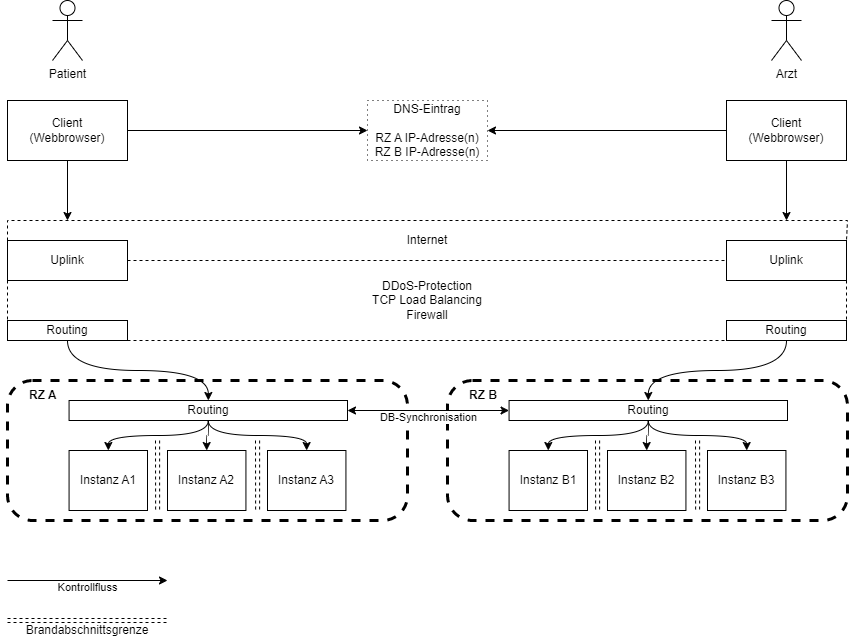
This is Dokumente/Operationales Modell/Konzeptionelle Schicht.png from DavidFambach/Abgabe-ASE-Patientenakte, a draw.io export, as it was before one commit. Source tidied: cells renumbered, new cells last; positions are measured from the earlier drawing's top-left corner, leaving out a move shared by most shapes.
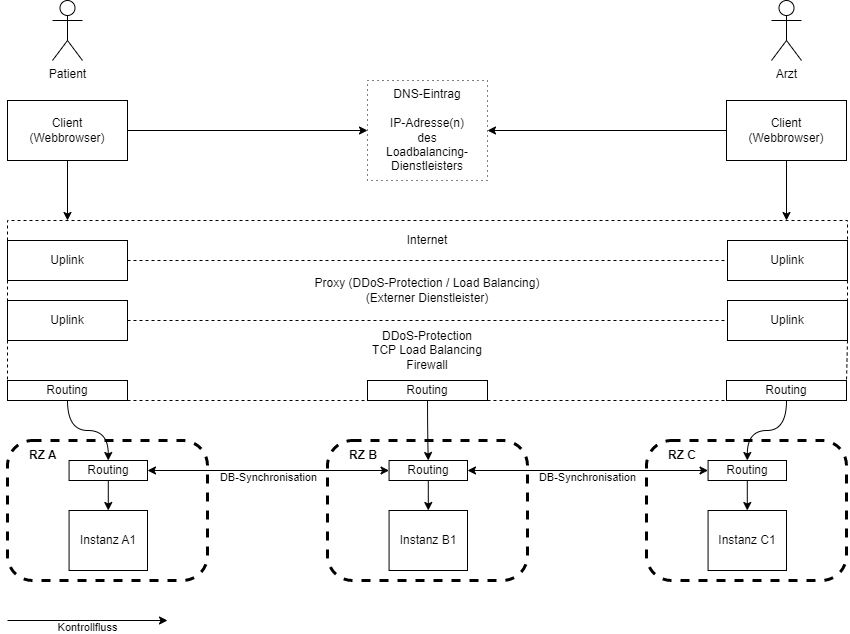
The same file after the commit.

Diff of the diagram source:
```diff
@@ -13,8 +13,8 @@
     </mxCell>
     <mxCell id="5" value="Kontrollfluss" style="endArrow=classic;html=1;rounded=0;labelBackgroundColor=none;spacing=0;spacingTop=14;" parent="1" edge="1">
       <mxGeometry relative="1" as="geometry">
-        <mxPoint y="580" as="sourcePoint" />
-        <mxPoint x="160" y="580" as="targetPoint" />
+        <mxPoint y="620" as="sourcePoint" />
+        <mxPoint x="160" y="620" as="targetPoint" />
       </mxGeometry>
     </mxCell>
     <mxCell id="6" value="Client&lt;br&gt;(Webbrowser)" style="rounded=0;whiteSpace=wrap;html=1;" parent="1" vertex="1">
@@ -32,61 +32,49 @@
       <mxGeometry y="240" width="120" height="40" as="geometry" />
     </mxCell>
     <mxCell id="9" value="Uplink" style="rounded=0;whiteSpace=wrap;html=1;" parent="1" vertex="1">
-      <mxGeometry x="719" y="240" width="120" height="40" as="geometry" />
+      <mxGeometry x="720" y="240" width="120" height="40" as="geometry" />
     </mxCell>
     <mxCell id="10" value="Routing" style="rounded=0;whiteSpace=wrap;html=1;" parent="1" vertex="1">
-      <mxGeometry y="320" width="120" height="20" as="geometry" />
+      <mxGeometry y="380" width="120" height="20" as="geometry" />
     </mxCell>
     <mxCell id="11" value="Routing" style="rounded=0;whiteSpace=wrap;html=1;" parent="1" vertex="1">
-      <mxGeometry x="719" y="320" width="120" height="20" as="geometry" />
+      <mxGeometry x="719" y="380" width="120" height="20" as="geometry" />
     </mxCell>
     <mxCell id="12" style="endArrow=none;dashed=1;html=1;rounded=0;exitX=1;exitY=0.5;exitDx=0;exitDy=0;entryX=0;entryY=0.5;entryDx=0;entryDy=0;" parent="1" edge="1" source="8" target="9">
       <mxGeometry relative="1" as="geometry" />
     </mxCell>
-    <mxCell id="13" style="endArrow=none;dashed=1;html=1;rounded=0;exitX=1;exitY=1;exitDx=0;exitDy=0;entryX=0;entryY=1;entryDx=0;entryDy=0;" parent="1" edge="1" source="10" target="11">
+    <mxCell id="13" style="endArrow=none;dashed=1;html=1;rounded=0;exitX=1;exitY=1;exitDx=0;exitDy=0;entryX=0;entryY=1;entryDx=0;entryDy=0;" parent="1" edge="1" source="10" target="66">
       <mxGeometry relative="1" as="geometry" />
     </mxCell>
-    <mxCell id="14" style="endArrow=none;dashed=1;html=1;rounded=0;exitX=0;exitY=1;exitDx=0;exitDy=0;entryX=0;entryY=0;entryDx=0;entryDy=0;" parent="1" edge="1" source="8" target="10">
+    <mxCell id="14" style="endArrow=none;dashed=1;html=1;rounded=0;exitX=0;exitY=1;exitDx=0;exitDy=0;entryX=0;entryY=0;entryDx=0;entryDy=0;" parent="1" edge="1" source="8" target="69">
       <mxGeometry relative="1" as="geometry" />
     </mxCell>
-    <mxCell id="15" style="endArrow=none;dashed=1;html=1;rounded=0;exitX=1;exitY=1;exitDx=0;exitDy=0;entryX=1;entryY=0;entryDx=0;entryDy=0;" parent="1" edge="1" source="9" target="11">
+    <mxCell id="15" style="endArrow=none;dashed=1;html=1;rounded=0;exitX=1;exitY=1;exitDx=0;exitDy=0;entryX=1;entryY=0;entryDx=0;entryDy=0;" parent="1" edge="1" source="9" target="70">
       <mxGeometry relative="1" as="geometry" />
     </mxCell>
     <mxCell id="16" value="Internet" style="text;html=1;strokeColor=none;fillColor=none;align=center;verticalAlign=middle;whiteSpace=wrap;rounded=0;" parent="1" vertex="1">
       <mxGeometry x="120" y="220" width="600" height="40" as="geometry" />
     </mxCell>
     <mxCell id="17" value="DDoS-Protection&lt;br&gt;TCP Load Balancing&lt;br&gt;Firewall" style="text;html=1;strokeColor=none;fillColor=none;align=center;verticalAlign=middle;whiteSpace=wrap;rounded=0;" parent="1" vertex="1">
-      <mxGeometry x="120" y="260" width="600" height="80" as="geometry" />
+      <mxGeometry x="120" y="320" width="600" height="60" as="geometry" />
     </mxCell>
     <mxCell id="18" style="rounded=1;whiteSpace=wrap;html=1;dashed=1;strokeWidth=3;perimeterSpacing=0;fixDash=0;comic=0;perimeter=none;arcSize=50;absoluteArcSize=1;" parent="1" vertex="1">
-      <mxGeometry y="380" width="400" height="140" as="geometry" />
+      <mxGeometry y="440" width="200" height="140" as="geometry" />
     </mxCell>
     <mxCell id="19" value="RZ A" style="text;html=1;strokeColor=none;fillColor=none;align=left;verticalAlign=middle;whiteSpace=wrap;rounded=0;dashed=1;dashPattern=1 4;comic=0;strokeWidth=1;fontStyle=1;" parent="18" vertex="1">
       <mxGeometry x="20.4" width="102" height="30" as="geometry" />
     </mxCell>
     <mxCell id="20" value="Routing" style="rounded=0;whiteSpace=wrap;html=1;" parent="18" vertex="1">
-      <mxGeometry x="61.6" y="20" width="278.4" height="20" as="geometry" />
+      <mxGeometry x="61.6" y="20" width="78.4" height="20" as="geometry" />
     </mxCell>
     <mxCell id="21" value="Instanz A1" style="rounded=0;whiteSpace=wrap;html=1;comic=0;strokeWidth=1;" parent="18" vertex="1">
       <mxGeometry x="61.6" y="70" width="78.4" height="60" as="geometry" />
     </mxCell>
-    <mxCell id="22" value="Instanz A2" style="rounded=0;whiteSpace=wrap;html=1;comic=0;strokeWidth=1;" parent="18" vertex="1">
-      <mxGeometry x="160" y="70" width="78.4" height="60" as="geometry" />
-    </mxCell>
-    <mxCell id="23" value="Instanz A3" style="rounded=0;whiteSpace=wrap;html=1;comic=0;strokeWidth=1;" parent="18" vertex="1">
-      <mxGeometry x="260" y="70" width="78.4" height="60" as="geometry" />
-    </mxCell>
     <mxCell id="24" style="endArrow=classic;html=1;rounded=0;labelBackgroundColor=none;comic=0;jumpStyle=none;exitX=0.5;exitY=1;exitDx=0;exitDy=0;edgeStyle=orthogonalEdgeStyle;curved=1;" parent="18" edge="1" source="20" target="21">
       <mxGeometry relative="1" as="geometry" />
     </mxCell>
-    <mxCell id="25" style="endArrow=classic;html=1;rounded=0;labelBackgroundColor=none;comic=0;jumpStyle=none;exitX=0.5;exitY=1;exitDx=0;exitDy=0;edgeStyle=orthogonalEdgeStyle;entryX=0.5;entryY=0;entryDx=0;entryDy=0;curved=1;" parent="18" edge="1" source="20" target="22">
-      <mxGeometry relative="1" as="geometry" />
-    </mxCell>
-    <mxCell id="26" style="endArrow=classic;html=1;rounded=0;labelBackgroundColor=none;comic=0;jumpStyle=none;exitX=0.5;exitY=1;exitDx=0;exitDy=0;edgeStyle=orthogonalEdgeStyle;curved=1;" parent="18" edge="1" source="20" target="23">
-      <mxGeometry relative="1" as="geometry" />
-    </mxCell>
-    <mxCell id="27" value="DNS-Eintrag&lt;br&gt;&lt;br&gt;RZ A IP-Adresse(n)&lt;br&gt;RZ B IP-Adresse(n)" style="rounded=0;whiteSpace=wrap;html=1;comic=0;strokeWidth=1;dashed=1;dashPattern=1 4;" parent="1" vertex="1">
-      <mxGeometry x="360" y="100" width="120" height="60" as="geometry" />
+    <mxCell id="27" value="DNS-Eintrag&lt;br&gt;&lt;br&gt;IP-Adresse(n)&lt;br&gt;des&lt;br&gt;Loadbalancing-&lt;br&gt;Dienstleisters" style="rounded=0;whiteSpace=wrap;html=1;comic=0;strokeWidth=1;dashed=1;dashPattern=1 4;" parent="1" vertex="1">
+      <mxGeometry x="360" y="80" width="120" height="100" as="geometry" />
     </mxCell>
     <mxCell id="28" style="endArrow=classic;html=1;rounded=0;" parent="1" edge="1" source="4" target="27">
       <mxGeometry relative="1" as="geometry" />
@@ -104,116 +92,74 @@
         <mxPoint x="779" y="220" as="targetPoint" />
       </mxGeometry>
     </mxCell>
-    <mxCell id="32" value="Brandabschnittsgrenze" style="group;spacing=0;labelBackgroundColor=none;spacingBottom=0;" parent="1" vertex="1">
-      <mxGeometry y="618" width="160" height="4" as="geometry" />
-    </mxCell>
-    <mxCell id="33" style="endArrow=none;html=1;rounded=0;jumpStyle=none;dashed=1;comic=0;" parent="32" edge="1">
-      <mxGeometry relative="1" as="geometry">
-        <mxPoint as="sourcePoint" />
-        <mxPoint x="160" as="targetPoint" />
-      </mxGeometry>
-    </mxCell>
-    <mxCell id="34" style="endArrow=none;html=1;rounded=0;jumpStyle=none;dashed=1;comic=0;" parent="32" edge="1">
-      <mxGeometry relative="1" as="geometry">
-        <mxPoint y="4" as="sourcePoint" />
-        <mxPoint x="160" y="4" as="targetPoint" />
-      </mxGeometry>
-    </mxCell>
-    <mxCell id="35" style="group;" parent="1" vertex="1">
-      <mxGeometry x="148" y="440" width="4.1" height="70" as="geometry" />
-    </mxCell>
-    <mxCell id="36" style="endArrow=none;html=1;rounded=0;jumpStyle=none;dashed=1;comic=0;" parent="35" edge="1">
-      <mxGeometry relative="1" as="geometry">
-        <mxPoint x="4.1" as="sourcePoint" />
-        <mxPoint x="4.1" y="70" as="targetPoint" />
-      </mxGeometry>
-    </mxCell>
-    <mxCell id="37" style="endArrow=none;html=1;rounded=0;jumpStyle=none;dashed=1;comic=0;" parent="35" edge="1">
-      <mxGeometry relative="1" as="geometry">
-        <mxPoint as="sourcePoint" />
-        <mxPoint x="0.1" y="70" as="targetPoint" />
-      </mxGeometry>
-    </mxCell>
-    <mxCell id="38" style="group;" parent="1" vertex="1">
-      <mxGeometry x="248" y="440" width="4.1" height="70" as="geometry" />
-    </mxCell>
-    <mxCell id="39" style="endArrow=none;html=1;rounded=0;jumpStyle=none;dashed=1;comic=0;" parent="38" edge="1">
-      <mxGeometry relative="1" as="geometry">
-        <mxPoint x="4.1" as="sourcePoint" />
-        <mxPoint x="4.1" y="70" as="targetPoint" />
-      </mxGeometry>
-    </mxCell>
-    <mxCell id="40" style="endArrow=none;html=1;rounded=0;jumpStyle=none;dashed=1;comic=0;" parent="38" edge="1">
-      <mxGeometry relative="1" as="geometry">
-        <mxPoint as="sourcePoint" />
-        <mxPoint x="0.1" y="70" as="targetPoint" />
-      </mxGeometry>
-    </mxCell>
     <mxCell id="41" style="rounded=1;whiteSpace=wrap;html=1;dashed=1;strokeWidth=3;perimeterSpacing=0;fixDash=0;comic=0;perimeter=none;arcSize=50;absoluteArcSize=1;" parent="1" vertex="1">
-      <mxGeometry x="440" y="380" width="400" height="140" as="geometry" />
+      <mxGeometry x="320" y="440" width="200" height="140" as="geometry" />
     </mxCell>
     <mxCell id="42" value="RZ B" style="text;html=1;strokeColor=none;fillColor=none;align=left;verticalAlign=middle;whiteSpace=wrap;rounded=0;dashed=1;dashPattern=1 4;comic=0;strokeWidth=1;fontStyle=1;" parent="41" vertex="1">
       <mxGeometry x="20.4" width="102" height="30" as="geometry" />
     </mxCell>
     <mxCell id="43" value="Routing" style="rounded=0;whiteSpace=wrap;html=1;" parent="41" vertex="1">
-      <mxGeometry x="61.6" y="20" width="278.4" height="20" as="geometry" />
+      <mxGeometry x="61.6" y="20" width="78.4" height="20" as="geometry" />
     </mxCell>
     <mxCell id="44" value="Instanz B1" style="rounded=0;whiteSpace=wrap;html=1;comic=0;strokeWidth=1;" parent="41" vertex="1">
       <mxGeometry x="61.6" y="70" width="78.4" height="60" as="geometry" />
     </mxCell>
-    <mxCell id="45" value="Instanz B2" style="rounded=0;whiteSpace=wrap;html=1;comic=0;strokeWidth=1;" parent="41" vertex="1">
-      <mxGeometry x="160" y="70" width="78.4" height="60" as="geometry" />
-    </mxCell>
-    <mxCell id="46" value="Instanz B3" style="rounded=0;whiteSpace=wrap;html=1;comic=0;strokeWidth=1;" parent="41" vertex="1">
-      <mxGeometry x="260" y="70" width="78.4" height="60" as="geometry" />
-    </mxCell>
     <mxCell id="47" style="endArrow=classic;html=1;rounded=0;labelBackgroundColor=none;comic=0;jumpStyle=none;exitX=0.5;exitY=1;exitDx=0;exitDy=0;entryX=0.5;entryY=0;entryDx=0;entryDy=0;edgeStyle=orthogonalEdgeStyle;curved=1;" parent="41" edge="1" source="43" target="44">
       <mxGeometry relative="1" as="geometry" />
     </mxCell>
-    <mxCell id="48" style="endArrow=classic;html=1;rounded=0;labelBackgroundColor=none;comic=0;jumpStyle=none;exitX=0.5;exitY=1;exitDx=0;exitDy=0;entryX=0.5;entryY=0;entryDx=0;entryDy=0;edgeStyle=orthogonalEdgeStyle;curved=1;" parent="41" edge="1" source="43" target="45">
-      <mxGeometry relative="1" as="geometry" />
-    </mxCell>
-    <mxCell id="49" style="endArrow=classic;html=1;rounded=0;labelBackgroundColor=none;comic=0;jumpStyle=none;exitX=0.5;exitY=1;exitDx=0;exitDy=0;entryX=0.5;entryY=0;entryDx=0;entryDy=0;edgeStyle=orthogonalEdgeStyle;curved=1;" parent="41" edge="1" source="43" target="46">
-      <mxGeometry relative="1" as="geometry" />
-    </mxCell>
-    <mxCell id="50" style="group;" parent="1" vertex="1">
-      <mxGeometry x="588" y="440" width="4.1" height="70" as="geometry" />
-    </mxCell>
-    <mxCell id="51" style="endArrow=none;html=1;rounded=0;jumpStyle=none;dashed=1;comic=0;" parent="50" edge="1">
-      <mxGeometry relative="1" as="geometry">
-        <mxPoint x="4.1" as="sourcePoint" />
-        <mxPoint x="4.1" y="70" as="targetPoint" />
-      </mxGeometry>
-    </mxCell>
-    <mxCell id="52" style="endArrow=none;html=1;rounded=0;jumpStyle=none;dashed=1;comic=0;" parent="50" edge="1">
-      <mxGeometry relative="1" as="geometry">
-        <mxPoint as="sourcePoint" />
-        <mxPoint x="0.1" y="70" as="targetPoint" />
-      </mxGeometry>
-    </mxCell>
-    <mxCell id="53" style="group;" parent="1" vertex="1">
-      <mxGeometry x="688" y="440" width="4.1" height="70" as="geometry" />
-    </mxCell>
-    <mxCell id="54" style="endArrow=none;html=1;rounded=0;jumpStyle=none;dashed=1;comic=0;" parent="53" edge="1">
-      <mxGeometry relative="1" as="geometry">
-        <mxPoint x="4.1" as="sourcePoint" />
-        <mxPoint x="4.1" y="70" as="targetPoint" />
-      </mxGeometry>
-    </mxCell>
-    <mxCell id="55" style="endArrow=none;html=1;rounded=0;jumpStyle=none;dashed=1;comic=0;" parent="53" edge="1">
-      <mxGeometry relative="1" as="geometry">
-        <mxPoint as="sourcePoint" />
-        <mxPoint x="0.1" y="70" as="targetPoint" />
-      </mxGeometry>
-    </mxCell>
     <mxCell id="56" style="endArrow=classic;html=1;rounded=0;labelBackgroundColor=none;comic=0;jumpStyle=none;exitX=0.5;exitY=1;exitDx=0;exitDy=0;edgeStyle=orthogonalEdgeStyle;curved=1;" parent="1" edge="1" source="10" target="20">
       <mxGeometry relative="1" as="geometry" />
     </mxCell>
-    <mxCell id="57" style="endArrow=classic;html=1;rounded=0;labelBackgroundColor=none;comic=0;jumpStyle=none;exitX=0.5;exitY=1;exitDx=0;exitDy=0;entryX=0.5;entryY=0;entryDx=0;entryDy=0;edgeStyle=orthogonalEdgeStyle;curved=1;" parent="1" edge="1" source="11" target="43">
-      <mxGeometry relative="1" as="geometry" />
-    </mxCell>
     <mxCell id="58" value="DB-Synchronisation" style="endArrow=classic;startArrow=classic;html=1;rounded=0;labelBackgroundColor=default;comic=0;curved=1;jumpStyle=none;spacing=2;spacingTop=14;" parent="1" edge="1" source="20" target="43">
       <mxGeometry relative="1" as="geometry" />
     </mxCell>
+    <mxCell id="59" style="rounded=1;whiteSpace=wrap;html=1;dashed=1;strokeWidth=3;perimeterSpacing=0;fixDash=0;comic=0;perimeter=none;arcSize=50;absoluteArcSize=1;" parent="1" vertex="1">
+      <mxGeometry x="639" y="440" width="200" height="140" as="geometry" />
+    </mxCell>
+    <mxCell id="60" value="RZ C" style="text;html=1;strokeColor=none;fillColor=none;align=left;verticalAlign=middle;whiteSpace=wrap;rounded=0;dashed=1;dashPattern=1 4;comic=0;strokeWidth=1;fontStyle=1;" parent="59" vertex="1">
+      <mxGeometry x="20.4" width="102" height="30" as="geometry" />
+    </mxCell>
+    <mxCell id="61" value="Routing" style="rounded=0;whiteSpace=wrap;html=1;" parent="59" vertex="1">
+      <mxGeometry x="61.6" y="20" width="78.4" height="20" as="geometry" />
+    </mxCell>
+    <mxCell id="62" value="Instanz C1" style="rounded=0;whiteSpace=wrap;html=1;comic=0;strokeWidth=1;" parent="59" vertex="1">
+      <mxGeometry x="61.6" y="70" width="78.4" height="60" as="geometry" />
+    </mxCell>
+    <mxCell id="63" style="endArrow=classic;html=1;rounded=0;labelBackgroundColor=none;comic=0;jumpStyle=none;exitX=0.5;exitY=1;exitDx=0;exitDy=0;entryX=0.5;entryY=0;entryDx=0;entryDy=0;edgeStyle=orthogonalEdgeStyle;curved=1;" parent="59" edge="1" source="61" target="62">
+      <mxGeometry relative="1" as="geometry" />
+    </mxCell>
+    <mxCell id="64" value="DB-Synchronisation" style="endArrow=classic;startArrow=classic;html=1;rounded=0;labelBackgroundColor=default;comic=0;curved=1;jumpStyle=none;spacing=2;spacingTop=14;" parent="1" edge="1" source="43" target="61">
+      <mxGeometry relative="1" as="geometry" />
+    </mxCell>
+    <mxCell id="65" style="endArrow=classic;html=1;rounded=0;labelBackgroundColor=none;comic=0;jumpStyle=none;edgeStyle=orthogonalEdgeStyle;curved=1;" parent="1" edge="1" source="11" target="61">
+      <mxGeometry relative="1" as="geometry" />
+    </mxCell>
+    <mxCell id="66" value="Routing" style="rounded=0;whiteSpace=wrap;html=1;" parent="1" vertex="1">
+      <mxGeometry x="360" y="380" width="120" height="20" as="geometry" />
+    </mxCell>
+    <mxCell id="67" style="endArrow=classic;html=1;rounded=0;labelBackgroundColor=none;comic=0;jumpStyle=none;edgeStyle=orthogonalEdgeStyle;curved=1;" parent="1" edge="1" source="66" target="43">
+      <mxGeometry relative="1" as="geometry" />
+    </mxCell>
+    <mxCell id="68" style="endArrow=none;dashed=1;html=1;rounded=0;exitX=1;exitY=1;exitDx=0;exitDy=0;entryX=0;entryY=1;entryDx=0;entryDy=0;" parent="1" edge="1" source="66" target="11">
+      <mxGeometry relative="1" as="geometry" />
+    </mxCell>
+    <mxCell id="69" value="Uplink" style="rounded=0;whiteSpace=wrap;html=1;" parent="1" vertex="1">
+      <mxGeometry y="300" width="120" height="40" as="geometry" />
+    </mxCell>
+    <mxCell id="70" value="Uplink" style="rounded=0;whiteSpace=wrap;html=1;" parent="1" vertex="1">
+      <mxGeometry x="720" y="300" width="120" height="40" as="geometry" />
+    </mxCell>
+    <mxCell id="71" style="endArrow=none;dashed=1;html=1;rounded=0;exitX=0;exitY=1;exitDx=0;exitDy=0;entryX=0;entryY=0;entryDx=0;entryDy=0;" parent="1" edge="1" source="69" target="10">
+      <mxGeometry relative="1" as="geometry" />
+    </mxCell>
+    <mxCell id="72" style="endArrow=none;dashed=1;html=1;rounded=0;exitX=1;exitY=1;exitDx=0;exitDy=0;entryX=1;entryY=0;entryDx=0;entryDy=0;" parent="1" edge="1" source="70" target="11">
+      <mxGeometry relative="1" as="geometry" />
+    </mxCell>
+    <mxCell id="73" style="endArrow=none;dashed=1;html=1;rounded=0;exitX=1;exitY=0.5;exitDx=0;exitDy=0;entryX=0;entryY=0.5;entryDx=0;entryDy=0;" parent="1" edge="1" source="69" target="70">
+      <mxGeometry relative="1" as="geometry" />
+    </mxCell>
+    <mxCell id="74" value="Proxy (DDoS-Protection / Load Balancing)&lt;br&gt;(Externer Dienstleister)" style="text;html=1;strokeColor=none;fillColor=none;align=center;verticalAlign=middle;whiteSpace=wrap;rounded=0;" parent="1" vertex="1">
+      <mxGeometry x="120" y="260" width="600" height="60" as="geometry" />
+    </mxCell>
   </root>
 </mxGraphModel>
```
